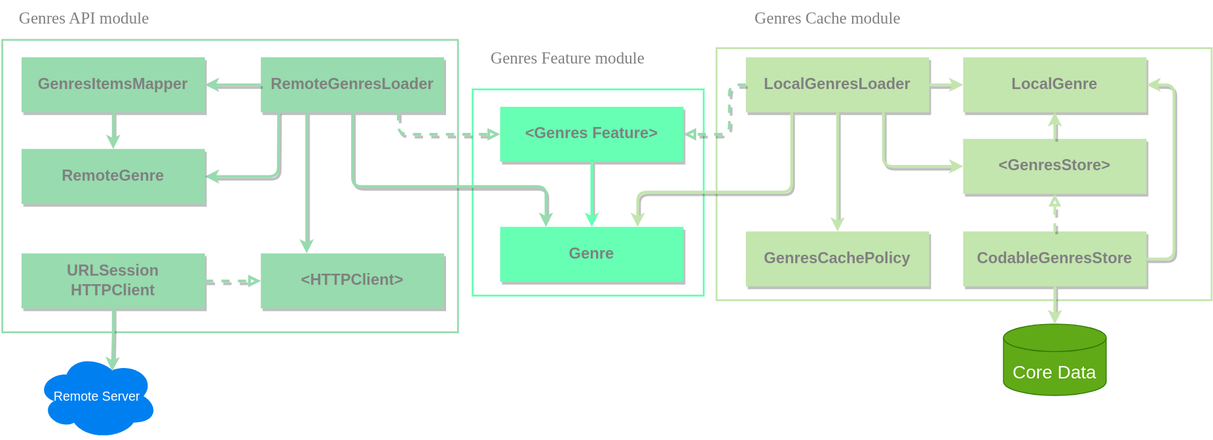
Before: Podcasts Genres List/Genres List UI/dependency.drawio.svg, a diagram exported from draw.io (alexnikol/AnyCast). Source tidied: cells renumbered, new cells last; positions are measured from the earlier drawing's top-left corner, leaving out a move shared by most shapes.
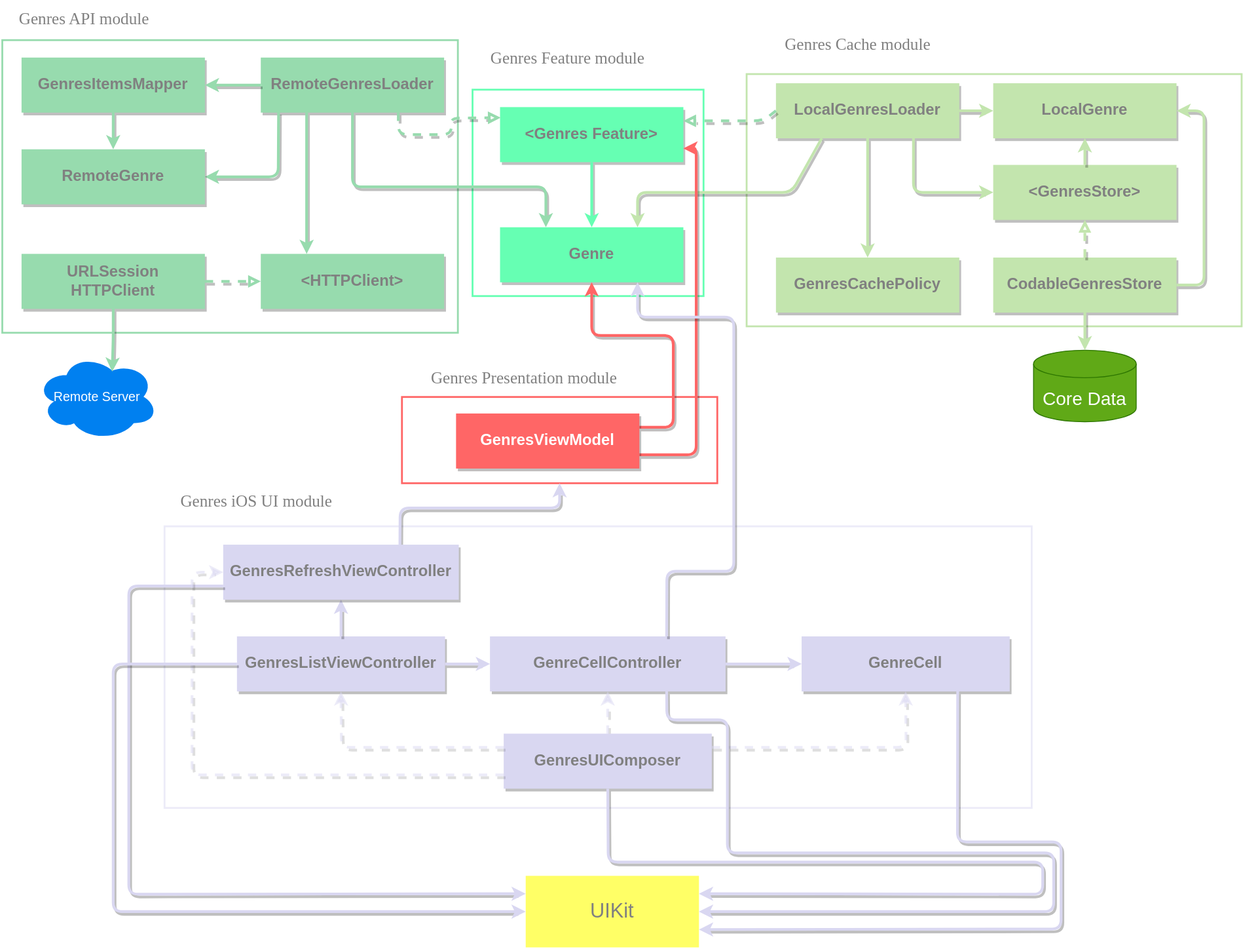
Later version of the same file.

Commit message:
Updated dependency diagram

What changed in the source:
```diff
@@ -2,12 +2,15 @@
   <root>
     <mxCell id="0" />
     <mxCell id="1" parent="0" />
+    <mxCell id="43" style="rounded=0;whiteSpace=wrap;html=1;strokeWidth=2;strokeColor=#D9D7F1;fillColor=none;opacity=50;" parent="1" vertex="1">
+      <mxGeometry x="179" y="573" width="946" height="307" as="geometry" />
+    </mxCell>
+    <mxCell id="3" style="rounded=0;whiteSpace=wrap;html=1;strokeWidth=2;strokeColor=#66FFB3;fillColor=none;" parent="1" vertex="1">
+      <mxGeometry x="515" y="97" width="252" height="225" as="geometry" />
+    </mxCell>
     <mxCell id="2" style="rounded=0;whiteSpace=wrap;html=1;strokeWidth=2;strokeColor=#C3E5AE;fillColor=none;" parent="1" vertex="1">
-      <mxGeometry x="781" y="52" width="540" height="275" as="geometry" />
+      <mxGeometry x="814" y="80" width="540" height="275" as="geometry" />
     </mxCell>
-    <mxCell id="3" style="rounded=0;whiteSpace=wrap;html=1;strokeWidth=2;strokeColor=#66FFB3;fillColor=none;" parent="1" vertex="1">
-      <mxGeometry x="515" y="97" width="252" height="225" as="geometry" />
-    </mxCell>
     <mxCell id="4" style="rounded=0;whiteSpace=wrap;html=1;strokeWidth=2;strokeColor=#97DBAE;fillColor=none;" parent="1" vertex="1">
       <mxGeometry x="2" y="43" width="497" height="319" as="geometry" />
     </mxCell>
@@ -54,10 +57,12 @@
     <mxCell id="15" style="edgeStyle=none;html=1;exitX=1;exitY=0.5;exitDx=0;exitDy=0;fontSize=17;fontColor=#999900;strokeColor=#97DBAE;fillColor=#a20025;strokeWidth=3;rounded=1;dashed=1;shadow=1;endArrow=block;endFill=0;entryX=0;entryY=0.5;entryDx=0;entryDy=0;" parent="1" edge="1" source="14" target="12">
       <mxGeometry relative="1" as="geometry" />
     </mxCell>
-    <mxCell id="16" style="edgeStyle=none;html=1;exitX=0.75;exitY=1;exitDx=0;exitDy=0;fontSize=17;fontColor=#999900;strokeColor=#97DBAE;fillColor=#a20025;strokeWidth=3;rounded=1;dashed=1;shadow=1;endArrow=block;endFill=0;entryX=0;entryY=0.5;entryDx=0;entryDy=0;" parent="1" edge="1" source="10" target="8">
+    <mxCell id="16" style="edgeStyle=none;html=1;exitX=0.75;exitY=1;exitDx=0;exitDy=0;fontSize=17;fontColor=#999900;strokeColor=#97DBAE;fillColor=#a20025;strokeWidth=3;rounded=1;dashed=1;shadow=1;endArrow=block;endFill=0;entryX=0.003;entryY=0.192;entryDx=0;entryDy=0;entryPerimeter=0;" parent="1" edge="1" source="10" target="8">
       <mxGeometry relative="1" as="geometry">
         <Array as="points">
           <mxPoint x="434" y="146" />
+          <mxPoint x="492" y="146" />
+          <mxPoint x="492" y="128" />
         </Array>
       </mxGeometry>
     </mxCell>
@@ -75,10 +80,10 @@
       <mxGeometry width="183" height="40" as="geometry" />
     </mxCell>
     <mxCell id="20" value="LocalGenresLoader" style="rounded=0;whiteSpace=wrap;html=1;fontSize=17;fontColor=#808080;strokeColor=none;strokeWidth=3;fillColor=#C3E5AE;fontStyle=1;gradientColor=none;shadow=1;" parent="1" vertex="1">
-      <mxGeometry x="813" y="62" width="200" height="60" as="geometry" />
+      <mxGeometry x="846" y="90" width="200" height="60" as="geometry" />
     </mxCell>
     <mxCell id="21" value="LocalGenre" style="rounded=0;whiteSpace=wrap;html=1;fontSize=17;fontColor=#808080;strokeColor=none;strokeWidth=3;fillColor=#C3E5AE;fontStyle=1;gradientColor=none;shadow=1;" parent="1" vertex="1">
-      <mxGeometry x="1050" y="62" width="200" height="60" as="geometry" />
+      <mxGeometry x="1083" y="90" width="200" height="60" as="geometry" />
     </mxCell>
     <mxCell id="22" style="edgeStyle=none;html=1;exitX=1;exitY=0.5;exitDx=0;exitDy=0;fontSize=17;fontColor=#999900;strokeColor=#C3E5AE;fillColor=#a20025;strokeWidth=3;shadow=1;entryX=0;entryY=0.5;entryDx=0;entryDy=0;" parent="1" edge="1" source="20" target="21">
       <mxGeometry relative="1" as="geometry" />
@@ -106,13 +111,13 @@
       </mxGeometry>
     </mxCell>
     <mxCell id="27" value="&lt;font style=&quot;font-size: 18px&quot;&gt;Genres Cache module&lt;/font&gt;" style="text;html=1;strokeColor=none;fillColor=none;align=center;verticalAlign=middle;whiteSpace=wrap;rounded=0;fontFamily=Verdana;fontSize=18;fontColor=#808080;" parent="1" vertex="1">
-      <mxGeometry x="799" width="207" height="40" as="geometry" />
+      <mxGeometry x="832" y="28" width="207" height="40" as="geometry" />
     </mxCell>
     <mxCell id="28" value="&lt;font style=&quot;font-size: 18px&quot;&gt;Genres Feature module&lt;/font&gt;" style="text;html=1;strokeColor=none;fillColor=none;align=center;verticalAlign=middle;whiteSpace=wrap;rounded=0;fontFamily=Verdana;fontSize=18;fontColor=#808080;" parent="1" vertex="1">
       <mxGeometry x="511" y="43" width="216" height="40" as="geometry" />
     </mxCell>
     <mxCell id="29" value="&amp;lt;GenresStore&amp;gt;" style="rounded=0;whiteSpace=wrap;html=1;fontSize=17;fontColor=#808080;strokeColor=none;strokeWidth=3;fillColor=#C3E5AE;fontStyle=1;gradientColor=none;shadow=1;" parent="1" vertex="1">
-      <mxGeometry x="1050" y="151" width="200" height="60" as="geometry" />
+      <mxGeometry x="1083" y="179" width="200" height="60" as="geometry" />
     </mxCell>
     <mxCell id="30" style="edgeStyle=none;html=1;fontSize=17;fontColor=#999900;strokeColor=#C3E5AE;fillColor=#a20025;strokeWidth=3;shadow=1;entryX=0.5;entryY=1;entryDx=0;entryDy=0;exitX=0.5;exitY=0;exitDx=0;exitDy=0;" parent="1" edge="1" source="29" target="21">
       <mxGeometry relative="1" as="geometry" />
@@ -120,7 +125,7 @@
     <mxCell id="31" style="edgeStyle=none;html=1;exitX=0.75;exitY=1;exitDx=0;exitDy=0;fontSize=17;fontColor=#999900;strokeColor=#C3E5AE;fillColor=#a20025;strokeWidth=3;shadow=1;entryX=0;entryY=0.5;entryDx=0;entryDy=0;" parent="1" edge="1" source="20" target="29">
       <mxGeometry relative="1" as="geometry">
         <Array as="points">
-          <mxPoint x="963" y="181" />
+          <mxPoint x="996" y="209" />
         </Array>
       </mxGeometry>
     </mxCell>
@@ -137,30 +142,30 @@
         </Array>
       </mxGeometry>
     </mxCell>
-    <mxCell id="35" style="edgeStyle=none;html=1;exitX=0;exitY=0.5;exitDx=0;exitDy=0;fontSize=17;fontColor=#999900;strokeColor=#97DBAE;fillColor=#a20025;strokeWidth=3;rounded=1;dashed=1;shadow=1;endArrow=block;endFill=0;entryX=1;entryY=0.5;entryDx=0;entryDy=0;" parent="1" edge="1" source="20" target="8">
+    <mxCell id="35" style="edgeStyle=none;html=1;exitX=0;exitY=0.5;exitDx=0;exitDy=0;fontSize=17;fontColor=#999900;strokeColor=#97DBAE;fillColor=#a20025;strokeWidth=3;rounded=1;dashed=1;shadow=1;endArrow=block;endFill=0;entryX=1;entryY=0.25;entryDx=0;entryDy=0;" parent="1" edge="1" source="20" target="8">
       <mxGeometry relative="1" as="geometry">
         <Array as="points">
-          <mxPoint x="795" y="92" />
-          <mxPoint x="795" y="146" />
+          <mxPoint x="832" y="131" />
+          <mxPoint x="790" y="131" />
         </Array>
       </mxGeometry>
     </mxCell>
     <mxCell id="36" value="GenresCachePolicy" style="rounded=0;whiteSpace=wrap;html=1;fontSize=17;fontColor=#808080;strokeColor=none;strokeWidth=3;fillColor=#C3E5AE;fontStyle=1;gradientColor=none;shadow=1;" parent="1" vertex="1">
-      <mxGeometry x="813" y="252" width="200" height="60" as="geometry" />
+      <mxGeometry x="846" y="280" width="200" height="60" as="geometry" />
     </mxCell>
     <mxCell id="37" value="CodableGenresStore" style="rounded=0;whiteSpace=wrap;html=1;fontSize=17;fontColor=#808080;strokeColor=none;strokeWidth=3;fillColor=#C3E5AE;fontStyle=1;gradientColor=none;shadow=1;" parent="1" vertex="1">
-      <mxGeometry x="1050" y="252" width="200" height="60" as="geometry" />
+      <mxGeometry x="1083" y="280" width="200" height="60" as="geometry" />
     </mxCell>
     <mxCell id="38" style="edgeStyle=none;html=1;fontSize=17;fontColor=#999900;strokeColor=#C3E5AE;fillColor=#a20025;strokeWidth=3;shadow=1;entryX=1;entryY=0.5;entryDx=0;entryDy=0;exitX=1;exitY=0.5;exitDx=0;exitDy=0;" parent="1" edge="1" source="37" target="21">
       <mxGeometry relative="1" as="geometry">
         <Array as="points">
-          <mxPoint x="1280" y="282" />
-          <mxPoint x="1280" y="92" />
+          <mxPoint x="1313" y="310" />
+          <mxPoint x="1313" y="120" />
         </Array>
       </mxGeometry>
     </mxCell>
     <mxCell id="39" value="Core Data" style="shape=cylinder3;whiteSpace=wrap;html=1;boundedLbl=1;backgroundOutline=1;size=15;fillColor=#60a917;fontColor=#fff;strokeColor=#2D7600;fontSize=20;" parent="1" vertex="1">
-      <mxGeometry x="1094" y="353" width="112" height="78" as="geometry" />
+      <mxGeometry x="1127" y="381" width="112" height="78" as="geometry" />
     </mxCell>
     <mxCell id="40" style="edgeStyle=none;html=1;exitX=0.5;exitY=0;exitDx=0;exitDy=0;fontSize=17;fontColor=#999900;strokeColor=#C3E5AE;fillColor=#a20025;strokeWidth=3;rounded=1;dashed=1;shadow=1;endArrow=block;endFill=0;entryX=0.5;entryY=1;entryDx=0;entryDy=0;" parent="1" edge="1" source="37" target="29">
       <mxGeometry relative="1" as="geometry" />
@@ -171,5 +176,151 @@
     <mxCell id="42" style="edgeStyle=none;html=1;exitX=0.5;exitY=1;exitDx=0;exitDy=0;fontSize=17;fontColor=#999900;strokeColor=#C3E5AE;fillColor=#a20025;strokeWidth=3;shadow=1;entryX=0.5;entryY=0;entryDx=0;entryDy=0;" parent="1" edge="1" source="20" target="36">
       <mxGeometry relative="1" as="geometry" />
     </mxCell>
+    <mxCell id="44" style="rounded=0;whiteSpace=wrap;html=1;strokeWidth=2;strokeColor=#FF6666;fillColor=none;" parent="1" vertex="1">
+      <mxGeometry x="438" y="432" width="344" height="94" as="geometry" />
+    </mxCell>
+    <mxCell id="45" style="edgeStyle=none;html=1;exitX=1;exitY=0.75;exitDx=0;exitDy=0;fontSize=17;fontColor=#999900;strokeColor=#FF6666;fillColor=#a20025;strokeWidth=3;shadow=1;entryX=1;entryY=0.75;entryDx=0;entryDy=0;" parent="1" edge="1" source="48" target="8">
+      <mxGeometry relative="1" as="geometry">
+        <Array as="points">
+          <mxPoint x="759" y="495" />
+          <mxPoint x="759" y="161" />
+        </Array>
+      </mxGeometry>
+    </mxCell>
+    <mxCell id="46" style="edgeStyle=none;html=1;exitX=1;exitY=0.25;exitDx=0;exitDy=0;fontSize=17;fontColor=#999900;strokeColor=#FF6666;fillColor=#a20025;strokeWidth=3;shadow=1;entryX=0.5;entryY=1;entryDx=0;entryDy=0;" parent="1" edge="1" source="48" target="23">
+      <mxGeometry relative="1" as="geometry">
+        <Array as="points">
+          <mxPoint x="734" y="465" />
+          <mxPoint x="734" y="365" />
+          <mxPoint x="645" y="365" />
+        </Array>
+      </mxGeometry>
+    </mxCell>
+    <mxCell id="47" value="&lt;font style=&quot;font-size: 18px&quot;&gt;Genres Presentation module&lt;/font&gt;" style="text;html=1;strokeColor=none;fillColor=none;align=center;verticalAlign=middle;whiteSpace=wrap;rounded=0;fontFamily=Verdana;fontSize=18;fontColor=#808080;" parent="1" vertex="1">
+      <mxGeometry x="438" y="392" width="267" height="40" as="geometry" />
+    </mxCell>
+    <mxCell id="48" value="GenresViewModel" style="rounded=0;whiteSpace=wrap;html=1;fontSize=17;fontColor=#fff;strokeColor=none;strokeWidth=3;fillColor=#FF6666;fontStyle=1;gradientColor=none;shadow=1;" parent="1" vertex="1">
+      <mxGeometry x="497" y="450" width="200" height="60" as="geometry" />
+    </mxCell>
+    <mxCell id="49" value="&lt;span&gt;GenresListViewController&lt;/span&gt;" style="rounded=0;whiteSpace=wrap;html=1;fontSize=17;fontColor=#808080;strokeColor=none;strokeWidth=3;fillColor=#D9D7F1;fontStyle=1;gradientColor=none;shadow=1;" parent="1" vertex="1">
+      <mxGeometry x="258" y="693" width="227" height="60" as="geometry" />
+    </mxCell>
+    <mxCell id="50" value="&lt;font style=&quot;font-size: 18px&quot;&gt;Genres iOS UI module&lt;/font&gt;" style="text;html=1;strokeColor=none;fillColor=none;align=center;verticalAlign=middle;whiteSpace=wrap;rounded=0;fontFamily=Verdana;fontSize=18;fontColor=#808080;" parent="1" vertex="1">
+      <mxGeometry x="174" y="526" width="211" height="40" as="geometry" />
+    </mxCell>
+    <mxCell id="51" value="GenreCellController" style="rounded=0;whiteSpace=wrap;html=1;fontSize=17;fontColor=#808080;strokeColor=none;strokeWidth=3;fillColor=#D9D7F1;fontStyle=1;gradientColor=none;shadow=1;" parent="1" vertex="1">
+      <mxGeometry x="534" y="693" width="257" height="60" as="geometry" />
+    </mxCell>
+    <mxCell id="52" value="&lt;span&gt;GenreCell&lt;/span&gt;" style="rounded=0;whiteSpace=wrap;html=1;fontSize=17;fontColor=#808080;strokeColor=none;strokeWidth=3;fillColor=#D9D7F1;fontStyle=1;gradientColor=none;shadow=1;" parent="1" vertex="1">
+      <mxGeometry x="874" y="693" width="227" height="60" as="geometry" />
+    </mxCell>
+    <mxCell id="53" style="edgeStyle=none;html=1;exitX=1;exitY=0.5;exitDx=0;exitDy=0;fontSize=17;fontColor=#999900;strokeColor=#D9D7F1;fillColor=#a20025;strokeWidth=3;shadow=1;entryX=0;entryY=0.5;entryDx=0;entryDy=0;" parent="1" edge="1" source="51" target="52">
+      <mxGeometry relative="1" as="geometry" />
+    </mxCell>
+    <mxCell id="54" style="edgeStyle=none;html=1;exitX=1;exitY=0.5;exitDx=0;exitDy=0;fontSize=17;fontColor=#999900;strokeColor=#D9D7F1;fillColor=#a20025;strokeWidth=3;shadow=1;entryX=0;entryY=0.5;entryDx=0;entryDy=0;" parent="1" edge="1" source="49" target="51">
+      <mxGeometry relative="1" as="geometry" />
+    </mxCell>
+    <mxCell id="55" style="edgeStyle=none;html=1;exitX=0.5;exitY=0;exitDx=0;exitDy=0;fontSize=17;fontColor=#999900;strokeColor=#D9D7F1;fillColor=#a20025;strokeWidth=3;shadow=1;entryX=0.5;entryY=1;entryDx=0;entryDy=0;" parent="1" edge="1" source="49" target="57">
+      <mxGeometry relative="1" as="geometry" />
+    </mxCell>
+    <mxCell id="56" style="edgeStyle=none;html=1;exitX=0.75;exitY=0;exitDx=0;exitDy=0;fontSize=17;fontColor=#999900;strokeColor=#D9D7F1;fillColor=#a20025;strokeWidth=3;shadow=1;entryX=0.5;entryY=1;entryDx=0;entryDy=0;" parent="1" edge="1" source="57" target="44">
+      <mxGeometry relative="1" as="geometry">
+        <Array as="points">
+          <mxPoint x="436" y="553" />
+          <mxPoint x="581" y="553" />
+          <mxPoint x="610" y="553" />
+        </Array>
+      </mxGeometry>
+    </mxCell>
+    <mxCell id="57" value="GenresRefreshViewController" style="rounded=0;whiteSpace=wrap;html=1;fontSize=17;fontColor=#808080;strokeColor=none;strokeWidth=3;fillColor=#D9D7F1;fontStyle=1;gradientColor=none;shadow=1;" parent="1" vertex="1">
+      <mxGeometry x="243" y="593" width="257" height="60" as="geometry" />
+    </mxCell>
+    <mxCell id="58" style="edgeStyle=none;html=1;exitX=0.5;exitY=0;exitDx=0;exitDy=0;fontSize=17;fontColor=#999900;strokeColor=#D9D7F1;fillColor=#a20025;strokeWidth=3;rounded=1;dashed=1;shadow=1;entryX=0.5;entryY=1;entryDx=0;entryDy=0;opacity=50;" parent="1" edge="1" source="59" target="51">
+      <mxGeometry relative="1" as="geometry" />
+    </mxCell>
+    <mxCell id="59" value="&lt;span&gt;GenresUIComposer&lt;/span&gt;" style="rounded=0;whiteSpace=wrap;html=1;fontSize=17;fontColor=#808080;strokeColor=none;strokeWidth=3;fillColor=#D9D7F1;fontStyle=1;gradientColor=none;shadow=1;" parent="1" vertex="1">
+      <mxGeometry x="549" y="799" width="227" height="60" as="geometry" />
+    </mxCell>
+    <mxCell id="60" style="edgeStyle=none;html=1;exitX=1;exitY=0.25;exitDx=0;exitDy=0;fontSize=17;fontColor=#999900;strokeColor=#D9D7F1;fillColor=#a20025;strokeWidth=3;rounded=1;dashed=1;shadow=1;entryX=0.5;entryY=1;entryDx=0;entryDy=0;opacity=50;" parent="1" edge="1" source="59" target="52">
+      <mxGeometry relative="1" as="geometry">
+        <Array as="points">
+          <mxPoint x="988" y="814" />
+        </Array>
+      </mxGeometry>
+    </mxCell>
+    <mxCell id="61" style="edgeStyle=none;html=1;exitX=0;exitY=0.25;exitDx=0;exitDy=0;fontSize=17;fontColor=#999900;strokeColor=#D9D7F1;fillColor=#a20025;strokeWidth=3;rounded=1;dashed=1;shadow=1;entryX=0.5;entryY=1;entryDx=0;entryDy=0;opacity=50;" parent="1" edge="1" source="59" target="49">
+      <mxGeometry relative="1" as="geometry">
+        <Array as="points">
+          <mxPoint x="372" y="814" />
+        </Array>
+      </mxGeometry>
+    </mxCell>
+    <mxCell id="62" style="edgeStyle=none;html=1;exitX=0.75;exitY=0;exitDx=0;exitDy=0;fontSize=17;fontColor=#999900;strokeColor=#D9D7F1;fillColor=#a20025;strokeWidth=3;shadow=1;entryX=0.75;entryY=1;entryDx=0;entryDy=0;" parent="1" edge="1" source="51" target="23">
+      <mxGeometry relative="1" as="geometry">
+        <Array as="points">
+          <mxPoint x="727" y="622" />
+          <mxPoint x="800" y="622" />
+          <mxPoint x="800" y="345" />
+          <mxPoint x="695" y="345" />
+        </Array>
+      </mxGeometry>
+    </mxCell>
+    <mxCell id="63" value="UIKit" style="rounded=0;whiteSpace=wrap;html=1;strokeWidth=2;strokeColor=none;fillColor=#FFFF66;fontColor=#808080;fontSize=22;" parent="1" vertex="1">
+      <mxGeometry x="573" y="954" width="189" height="78" as="geometry" />
+    </mxCell>
+    <mxCell id="64" style="edgeStyle=none;html=1;exitX=0.5;exitY=1;exitDx=0;exitDy=0;fontSize=17;fontColor=#999900;strokeColor=#D9D7F1;fillColor=#a20025;strokeWidth=3;shadow=1;entryX=1;entryY=0.25;entryDx=0;entryDy=0;" parent="1" edge="1" source="59" target="63">
+      <mxGeometry relative="1" as="geometry">
+        <Array as="points">
+          <mxPoint x="663" y="939" />
+          <mxPoint x="1137" y="939" />
+          <mxPoint x="1137" y="974" />
+        </Array>
+      </mxGeometry>
+    </mxCell>
+    <mxCell id="65" style="edgeStyle=none;html=1;exitX=0.75;exitY=1;exitDx=0;exitDy=0;fontSize=17;fontColor=#999900;strokeColor=#D9D7F1;fillColor=#a20025;strokeWidth=3;shadow=1;entryX=1;entryY=0.75;entryDx=0;entryDy=0;" parent="1" edge="1" source="52" target="63">
+      <mxGeometry relative="1" as="geometry">
+        <Array as="points">
+          <mxPoint x="1044" y="917" />
+          <mxPoint x="1157" y="917" />
+          <mxPoint x="1157" y="1012" />
+        </Array>
+      </mxGeometry>
+    </mxCell>
+    <mxCell id="66" style="edgeStyle=none;html=1;exitX=0;exitY=0.75;exitDx=0;exitDy=0;fontSize=17;fontColor=#999900;strokeColor=#D9D7F1;fillColor=#a20025;strokeWidth=3;shadow=1;entryX=0;entryY=0.25;entryDx=0;entryDy=0;" parent="1" edge="1" source="57" target="63">
+      <mxGeometry relative="1" as="geometry">
+        <Array as="points">
+          <mxPoint x="140" y="638" />
+          <mxPoint x="140" y="974" />
+        </Array>
+      </mxGeometry>
+    </mxCell>
+    <mxCell id="67" style="edgeStyle=none;html=1;exitX=0;exitY=0.75;exitDx=0;exitDy=0;fontSize=17;fontColor=#999900;strokeColor=#D9D7F1;fillColor=#a20025;strokeWidth=3;rounded=1;dashed=1;shadow=1;entryX=0;entryY=0.5;entryDx=0;entryDy=0;opacity=50;" parent="1" edge="1" source="59" target="57">
+      <mxGeometry relative="1" as="geometry">
+        <Array as="points">
+          <mxPoint x="382" y="844" />
+          <mxPoint x="209" y="844" />
+          <mxPoint x="209" y="623" />
+        </Array>
+      </mxGeometry>
+    </mxCell>
+    <mxCell id="68" style="edgeStyle=none;html=1;exitX=0;exitY=0.5;exitDx=0;exitDy=0;fontSize=17;fontColor=#999900;strokeColor=#D9D7F1;fillColor=#a20025;strokeWidth=3;shadow=1;entryX=0;entryY=0.5;entryDx=0;entryDy=0;" parent="1" edge="1" source="49" target="63">
+      <mxGeometry relative="1" as="geometry">
+        <Array as="points">
+          <mxPoint x="123" y="723" />
+          <mxPoint x="123" y="993" />
+        </Array>
+      </mxGeometry>
+    </mxCell>
+    <mxCell id="69" style="edgeStyle=none;html=1;exitX=0.75;exitY=1;exitDx=0;exitDy=0;fontSize=17;fontColor=#999900;strokeColor=#D9D7F1;fillColor=#a20025;strokeWidth=3;shadow=1;entryX=1;entryY=0.5;entryDx=0;entryDy=0;" parent="1" edge="1" source="51" target="63">
+      <mxGeometry relative="1" as="geometry">
+        <Array as="points">
+          <mxPoint x="727" y="784" />
+          <mxPoint x="793" y="784" />
+          <mxPoint x="793" y="929" />
+          <mxPoint x="1149" y="929" />
+          <mxPoint x="1149" y="993" />
+        </Array>
+      </mxGeometry>
+    </mxCell>
   </root>
 </mxGraphModel>
```
